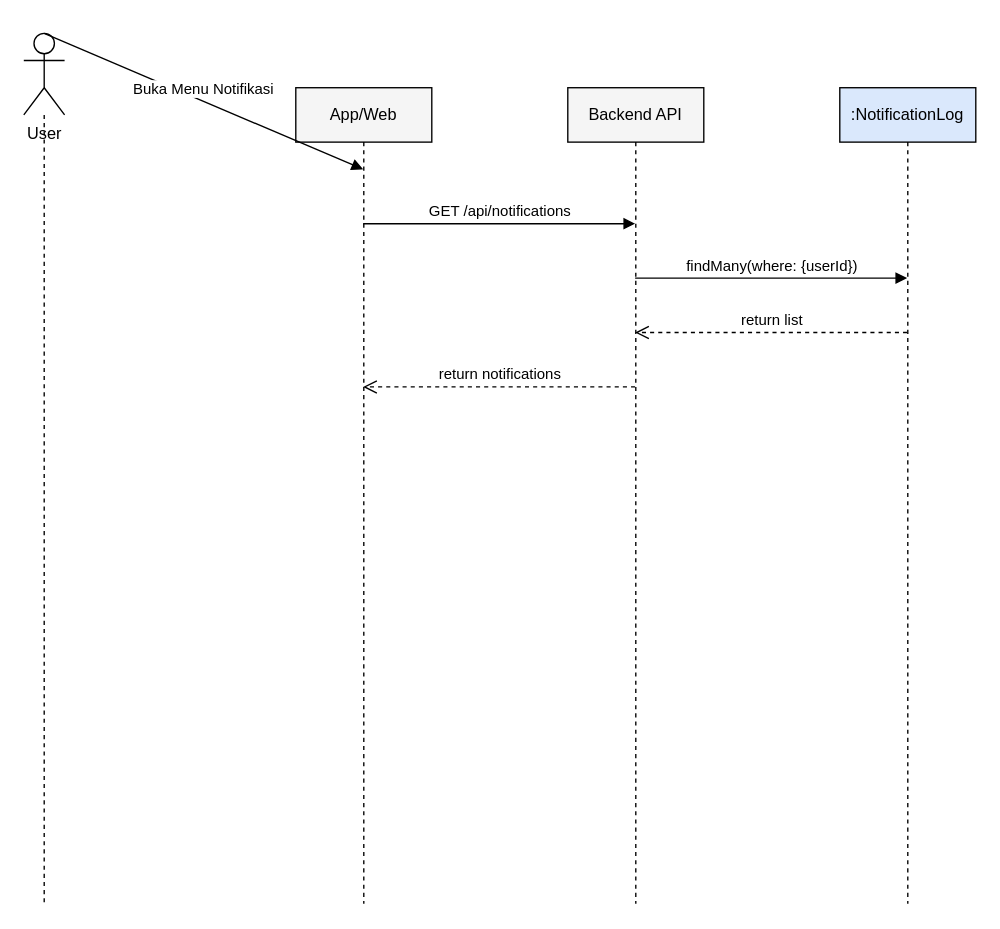
The draw.io diagram docs/sequence_user_view_notifications.drawio in muhammaddzaki123/adminkassmpit, before the edit. Source tidied: cells renumbered, new cells numbered last; positions are measured from the earlier drawing's top-left corner, leaving out a move shared by most shapes. Both pictures are drawn from the tidied source at 136%, with x=0, y=0 at pixel (23, 33).
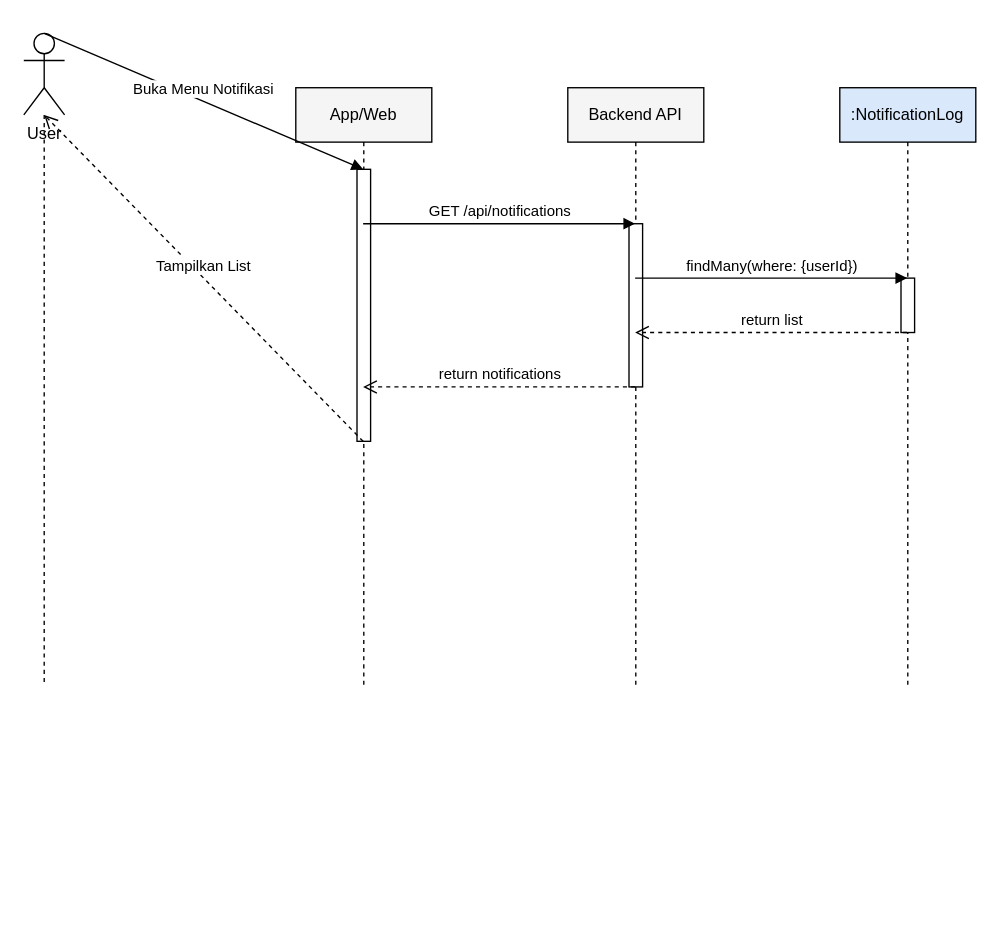
Above is the later version.

Change to the diagram source:
```diff
@@
 <mxGraphModel>
   <root>
     <mxCell id="0" />
     <mxCell id="1" parent="0" />
     <mxCell id="2" value="User" style="shape=umlActor;verticalLabelPosition=bottom;verticalAlign=top;html=1;outlineConnect=0;" parent="1" vertex="1">
       <mxGeometry width="30" height="60" as="geometry" />
     </mxCell>
     <mxCell id="3" style="endArrow=none;dashed=1;html=1;" parent="1" edge="1" source="2">
       <mxGeometry relative="1" as="geometry">
-        <mxPoint x="15" y="640" as="targetPoint" />
+        <mxPoint x="15" y="480" as="targetPoint" />
       </mxGeometry>
     </mxCell>
     <mxCell id="4" value="App/Web" style="shape=umlLifeline;perimeter=lifelinePerimeter;whiteSpace=wrap;html=1;outlineConnect=0;fillColor=#f5f5f5;" parent="1" vertex="1">
-      <mxGeometry x="200" y="40" width="100" height="600" as="geometry" />
+      <mxGeometry x="200" y="40" width="100" height="440" as="geometry" />
     </mxCell>
     <mxCell id="5" value="Backend API" style="shape=umlLifeline;perimeter=lifelinePerimeter;whiteSpace=wrap;html=1;outlineConnect=0;fillColor=#f5f5f5;" parent="1" vertex="1">
-      <mxGeometry x="400" y="40" width="100" height="600" as="geometry" />
+      <mxGeometry x="400" y="40" width="100" height="440" as="geometry" />
     </mxCell>
     <mxCell id="6" value=":NotificationLog" style="shape=umlLifeline;perimeter=lifelinePerimeter;whiteSpace=wrap;html=1;outlineConnect=0;fillColor=#dae8fc;" parent="1" vertex="1">
-      <mxGeometry x="600" y="40" width="100" height="600" as="geometry" />
+      <mxGeometry x="600" y="40" width="100" height="440" as="geometry" />
     </mxCell>
-    <mxCell id="7" value="Buka Menu Notifikasi" style="html=1;verticalAlign=bottom;endArrow=block;rounded=0;entryX=0.5;entryY=0.1;exitX=0.5;exitY=0.1;" parent="1" edge="1" source="2" target="4">
-      <mxGeometry relative="1" as="geometry" />
+    <mxCell id="7" style="html=1;perimeter=orthogonalPerimeter;fillColor=#FFFFFF;strokeColor=#000000;" parent="1" vertex="1">
+      <mxGeometry x="645" y="180" width="10" height="40" as="geometry" />
     </mxCell>
-    <mxCell id="8" value="GET /api/notifications" style="html=1;verticalAlign=bottom;endArrow=block;rounded=0;entryX=0.5;entryY=0.16666666666666666;exitX=0.5;exitY=0.16666666666666666;" parent="1" edge="1" source="4" target="5">
-      <mxGeometry relative="1" as="geometry" />
+    <mxCell id="8" style="html=1;perimeter=orthogonalPerimeter;fillColor=#FFFFFF;strokeColor=#000000;" parent="1" vertex="1">
+      <mxGeometry x="445" y="140" width="10" height="120" as="geometry" />
     </mxCell>
-    <mxCell id="9" value="findMany(where: {userId})" style="html=1;verticalAlign=bottom;endArrow=block;rounded=0;entryX=0.5;entryY=0.23333333333333334;exitX=0.5;exitY=0.23333333333333334;" parent="1" edge="1" source="5" target="6">
-      <mxGeometry relative="1" as="geometry" />
+    <mxCell id="9" style="html=1;perimeter=orthogonalPerimeter;fillColor=#FFFFFF;strokeColor=#000000;" parent="1" vertex="1">
+      <mxGeometry x="245" y="100" width="10" height="200" as="geometry" />
     </mxCell>
-    <mxCell id="10" value="return list" style="html=1;verticalAlign=bottom;endArrow=open;dashed=1;endSize=8;rounded=0;entryX=0.5;entryY=0.3;exitX=0.5;exitY=0.3;" parent="1" edge="1" source="6" target="5">
+    <mxCell id="10" value="Buka Menu Notifikasi" style="html=1;verticalAlign=bottom;endArrow=block;rounded=0;entryX=0.5;entryY=0.13636363636363635;exitX=0.5;exitY=0.13636363636363635;" parent="1" edge="1" source="2" target="4">
       <mxGeometry relative="1" as="geometry" />
     </mxCell>
-    <mxCell id="11" value="return notifications" style="html=1;verticalAlign=bottom;endArrow=open;dashed=1;endSize=8;rounded=0;entryX=0.5;entryY=0.36666666666666664;exitX=0.5;exitY=0.36666666666666664;" parent="1" edge="1" source="5" target="4">
+    <mxCell id="11" value="GET /api/notifications" style="html=1;verticalAlign=bottom;endArrow=block;rounded=0;entryX=0.5;entryY=0.22727272727272727;exitX=0.5;exitY=0.22727272727272727;" parent="1" edge="1" source="4" target="5">
       <mxGeometry relative="1" as="geometry" />
     </mxCell>
+    <mxCell id="12" value="findMany(where: {userId})" style="html=1;verticalAlign=bottom;endArrow=block;rounded=0;entryX=0.5;entryY=0.3181818181818182;exitX=0.5;exitY=0.3181818181818182;" parent="1" edge="1" source="5" target="6">
+      <mxGeometry relative="1" as="geometry" />
+    </mxCell>
+    <mxCell id="13" value="return list" style="html=1;verticalAlign=bottom;endArrow=open;dashed=1;endSize=8;rounded=0;entryX=0.5;entryY=0.4090909090909091;exitX=0.5;exitY=0.4090909090909091;" parent="1" edge="1" source="6" target="5">
+      <mxGeometry relative="1" as="geometry" />
+    </mxCell>
+    <mxCell id="14" value="return notifications" style="html=1;verticalAlign=bottom;endArrow=open;dashed=1;endSize=8;rounded=0;entryX=0.5;entryY=0.5;exitX=0.5;exitY=0.5;" parent="1" edge="1" source="5" target="4">
+      <mxGeometry relative="1" as="geometry" />
+    </mxCell>
+    <mxCell id="15" value="Tampilkan List" style="html=1;verticalAlign=bottom;endArrow=open;dashed=1;endSize=8;rounded=0;entryX=0.5;entryY=0.5909090909090909;exitX=0.5;exitY=0.5909090909090909;" parent="1" edge="1" source="4" target="2">
+      <mxGeometry relative="1" as="geometry" />
+    </mxCell>
   </root>
 </mxGraphModel>
```
